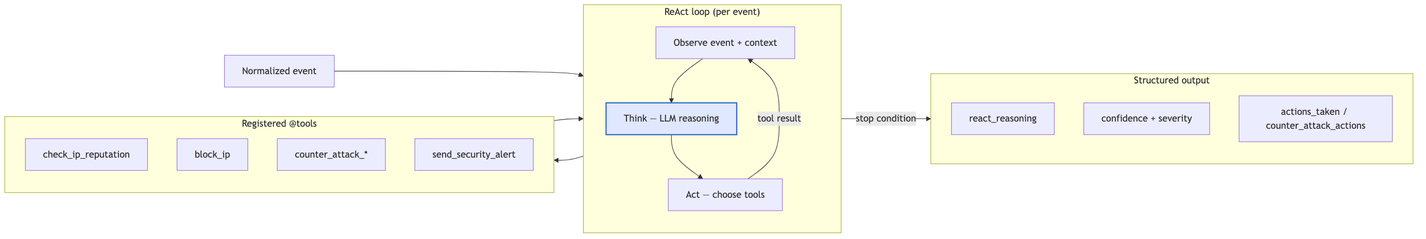
BrooksIan/FlinkDockerWithAgents keeps this Mermaid diagram as docs/images/react-agent-loop.png. Above is the earlier version. Its source is kept beside it as docs/images/react-agent-loop.mmd.
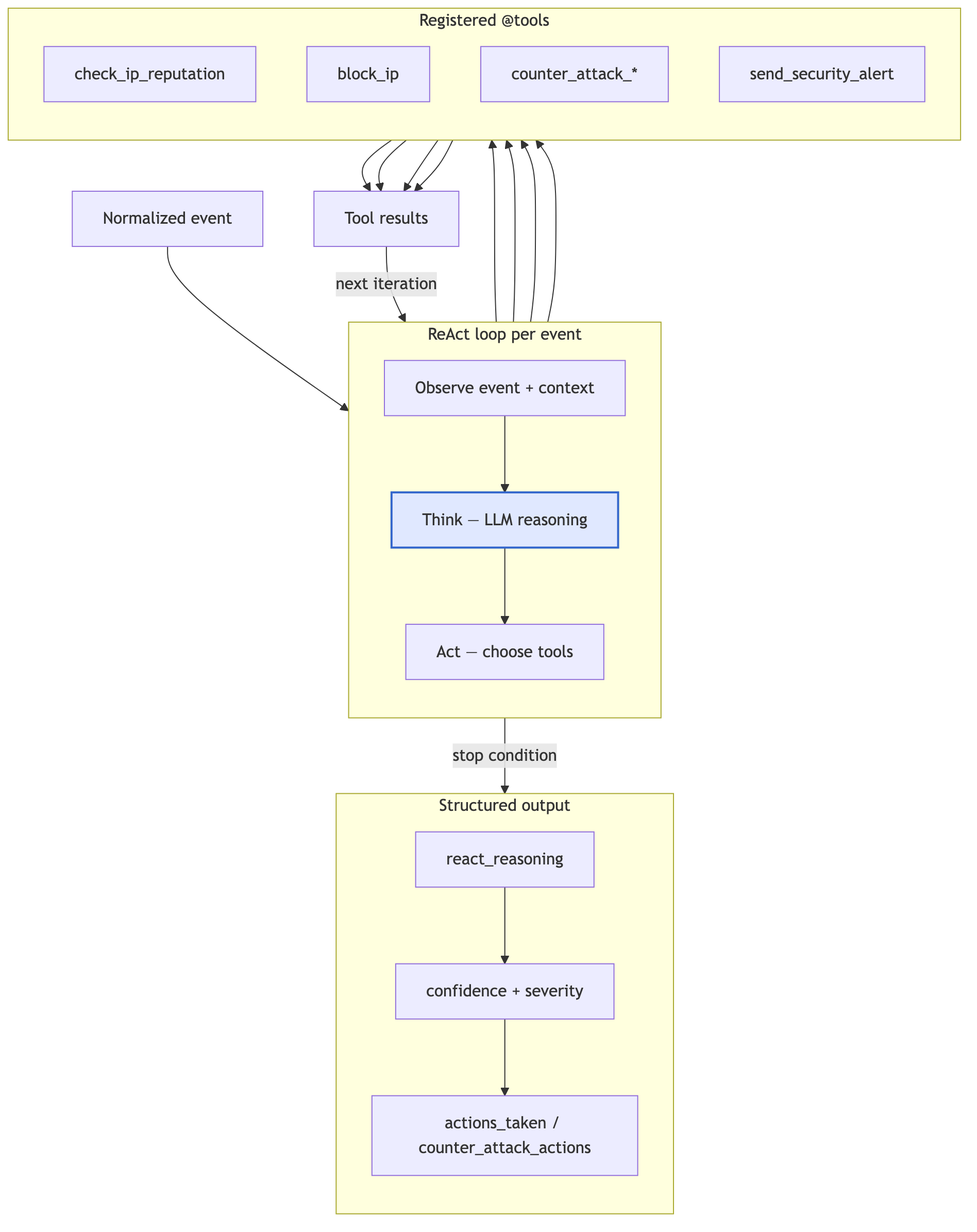
Later version of the same file.

The edit, as a diff of the source:
```diff
@@ -1,30 +1,37 @@
-flowchart LR
-    subgraph Loop["ReAct loop (per event)"]
+flowchart TB
+    EVT[Normalized event]
+
+    subgraph Loop["ReAct loop per event"]
         direction TB
         OBS[Observe event + context]
         TH[Think — LLM reasoning]
         ACT["Act — choose tools"]
         OBS --> TH --> ACT
-        ACT -->|tool result| OBS
     end
 
+    EVT --> OBS
+
     subgraph Tools["Registered @tools"]
+        direction TB
         R[check_ip_reputation]
         B[block_ip]
         CA[counter_attack_*]
         AL[send_security_alert]
     end
 
+    ACT --> R & B & CA & AL
+    R & B & CA & AL --> MERGE[Tool results]
+    MERGE -->|next iteration| OBS
+
     subgraph Result["Structured output"]
+        direction TB
         RS[react_reasoning]
         CF[confidence + severity]
         AA[actions_taken / counter_attack_actions]
     end
 
-    EVT[Normalized event] --> OBS
-    ACT --> Tools
-    Tools --> ACT
-    ACT -->|stop condition| Result
+    ACT -->|stop condition| RS
+    RS --> CF --> AA
 
     classDef llm fill:#e0e8ff,stroke:#3366cc,stroke-width:2px
     class TH llm
```
